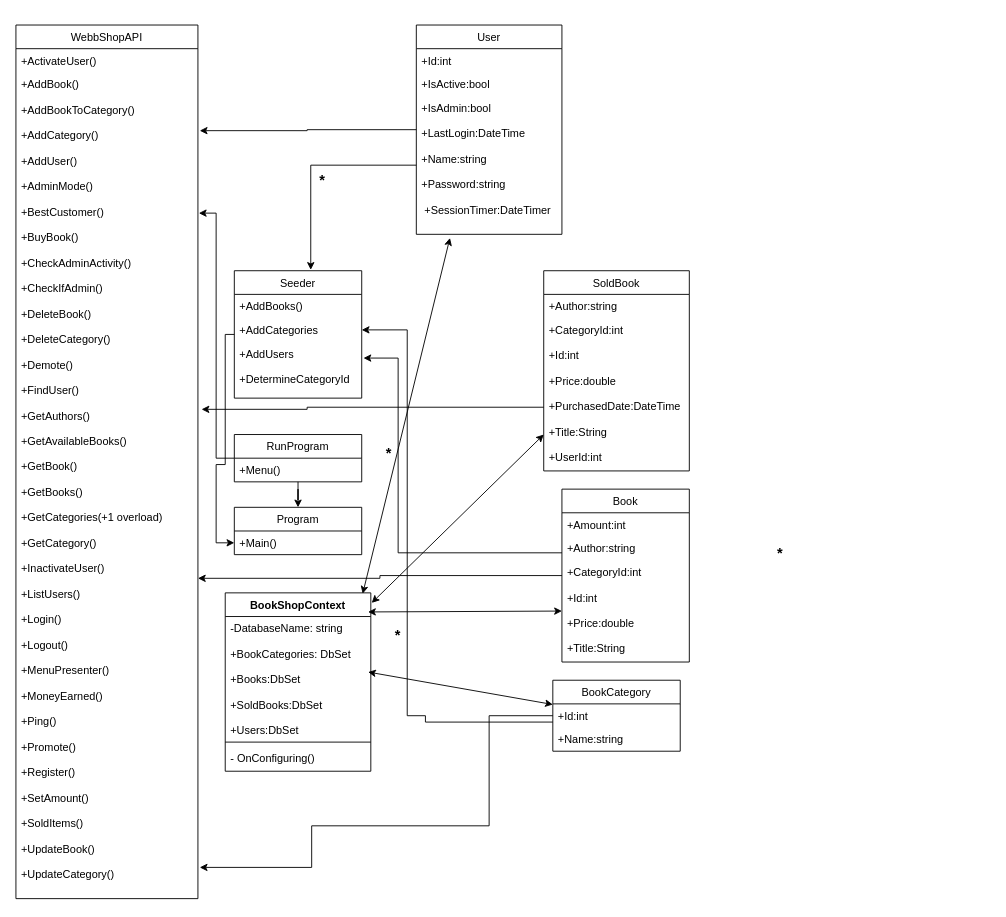
This is Untitled Diagram.drawio from ToveSeger/GitTest, a draw.io file, before an edit. Source tidied: cells renumbered, new cells numbered last; positions are measured from the earlier drawing's top-left corner, leaving out a move shared by most shapes. Both pictures are drawn from the tidied source at 91%, with x=0, y=0 at pixel (15, 25).
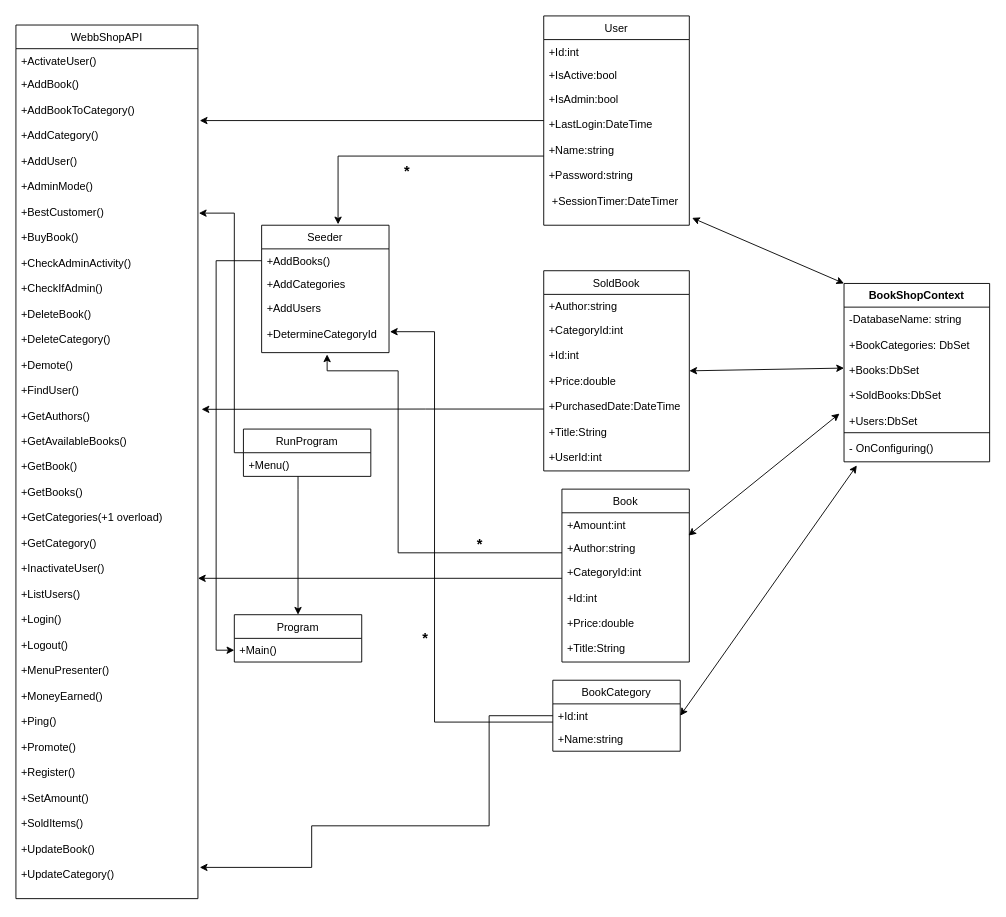
The same diagram, later.

The change refers to these unchanged cells:
```xml
<mxCell id="5" value="+AddBookToCategory()&#10;&#10;+AddCategory()&#10;&#10;+AddUser()&#10;&#10;+AdminMode()&#10;&#10;+BestCustomer()&#10;&#10;+BuyBook()&#10;&#10;+CheckAdminActivity()&#10;&#10;+CheckIfAdmin()&#10;&#10;+DeleteBook()&#10;&#10;+DeleteCategory()&#10;&#10;+Demote()&#10;&#10;+FindUser()&#10;&#10;+GetAuthors()&#10;&#10;+GetAvailableBooks()&#10;&#10;+GetBook()&#10;&#10;+GetBooks()&#10;&#10;+GetCategories(+1 overload)&#10;&#10;+GetCategory()&#10;&#10;+InactivateUser()&#10;&#10;+ListUsers()&#10;&#10;+Login()&#10;&#10;+Logout()&#10;&#10;+MenuPresenter()&#10;&#10;+MoneyEarned()&#10;&#10;+Ping()&#10;&#10;+Promote()&#10;&#10;+Register()&#10;&#10;+SetAmount()&#10;&#10;+SoldItems()&#10;&#10;+UpdateBook()&#10;&#10;+UpdateCategory()&#10;&#10;&#10;&#10;&#10;&#10;&#10;" style="text;strokeColor=none;fillColor=none;align=left;verticalAlign=top;spacingLeft=4;spacingRight=4;overflow=hidden;points=[[0,0.5],[1,0.5]];portConstraint=eastwest;" parent="2" vertex="1">
  <mxGeometry y="80" width="200" height="880" as="geometry" />
</mxCell>
<mxCell id="7" value="-DatabaseName: string&#10;&#10;+BookCategories: DbSet&#10;&#10;+Books:DbSet&#10;&#10;+SoldBooks:DbSet&#10;&#10;+Users:DbSet" style="text;strokeColor=none;fillColor=none;align=left;verticalAlign=top;spacingLeft=4;spacingRight=4;overflow=hidden;points=[[0,0.5],[1,0.5]];portConstraint=eastwest;" parent="6" vertex="1">
  <mxGeometry y="26" width="160" height="134" as="geometry" />
</mxCell>
<mxCell id="9" value="- OnConfiguring()" style="text;strokeColor=none;fillColor=none;align=left;verticalAlign=top;spacingLeft=4;spacingRight=4;overflow=hidden;points=[[0,0.5],[1,0.5]];portConstraint=eastwest;" parent="6" vertex="1">
  <mxGeometry y="168" width="160" height="28" as="geometry" />
</mxCell>
<mxCell id="15" value="+Main()" style="text;strokeColor=none;fillColor=none;align=left;verticalAlign=top;spacingLeft=4;spacingRight=4;overflow=hidden;points=[[0,0.5],[1,0.5]];portConstraint=eastwest;" parent="14" vertex="1">
  <mxGeometry y="26" width="140" height="26" as="geometry" />
</mxCell>
<mxCell id="17" value="SoldBook" style="swimlane;fontStyle=0;horizontal=1;startSize=26;fillColor=none;" parent="1" vertex="1">
  <mxGeometry x="580" y="270" width="160" height="220" as="geometry" />
</mxCell>
<mxCell id="19" value="+CategoryId:int&#10;&#10;+Id:int&#10;&#10;+Price:double&#10;&#10;+PurchasedDate:DateTime&#10;&#10;+Title:String&#10;&#10;+UserId:int" style="text;strokeColor=none;fillColor=none;align=left;verticalAlign=top;spacingLeft=4;spacingRight=4;overflow=hidden;points=[[0,0.5],[1,0.5]];portConstraint=eastwest;" parent="17" vertex="1">
  <mxGeometry y="52" width="160" height="168" as="geometry" />
</mxCell>
<mxCell id="22" value="Book" style="swimlane;fontStyle=0;horizontal=1;startSize=26;fillColor=none;" parent="1" vertex="1">
  <mxGeometry x="600" y="510" width="140" height="190" as="geometry" />
</mxCell>
<mxCell id="24" value="+Author:string&#10;" style="text;strokeColor=none;fillColor=none;align=left;verticalAlign=top;spacingLeft=4;spacingRight=4;overflow=hidden;points=[[0,0.5],[1,0.5]];portConstraint=eastwest;" parent="22" vertex="1">
  <mxGeometry y="52" width="140" height="26" as="geometry" />
</mxCell>
<mxCell id="25" value="+CategoryId:int&#10;&#10;+Id:int&#10;&#10;+Price:double&#10;&#10;+Title:String&#10;" style="text;strokeColor=none;fillColor=none;align=left;verticalAlign=top;spacingLeft=4;spacingRight=4;overflow=hidden;points=[[0,0.5],[1,0.5]];portConstraint=eastwest;" parent="22" vertex="1">
  <mxGeometry y="78" width="140" height="112" as="geometry" />
</mxCell>
<mxCell id="30" value="+IsAdmin:bool&#10;&#10;+LastLogin:DateTime&#10;&#10;+Name:string&#10;&#10;+Password:string&#10;&#10; +SessionTimer:DateTimer" style="text;strokeColor=none;fillColor=none;align=left;verticalAlign=top;spacingLeft=4;spacingRight=4;overflow=hidden;points=[[0,0.5],[1,0.5]];portConstraint=eastwest;" parent="27" vertex="1">
  <mxGeometry y="78" width="160" height="152" as="geometry" />
</mxCell>
<mxCell id="33" value="+AddBooks()" style="text;strokeColor=none;fillColor=none;align=left;verticalAlign=top;spacingLeft=4;spacingRight=4;overflow=hidden;points=[[0,0.5],[1,0.5]];portConstraint=eastwest;" parent="32" vertex="1">
  <mxGeometry y="26" width="140" height="26" as="geometry" />
</mxCell>
<mxCell id="34" value="+AddCategories" style="text;strokeColor=none;fillColor=none;align=left;verticalAlign=top;spacingLeft=4;spacingRight=4;overflow=hidden;points=[[0,0.5],[1,0.5]];portConstraint=eastwest;" parent="32" vertex="1">
  <mxGeometry y="52" width="140" height="26" as="geometry" />
</mxCell>
<mxCell id="35" value="+AddUsers&#10;&#10;+DetermineCategoryId" style="text;strokeColor=none;fillColor=none;align=left;verticalAlign=top;spacingLeft=4;spacingRight=4;overflow=hidden;points=[[0,0.5],[1,0.5]];portConstraint=eastwest;" parent="32" vertex="1">
  <mxGeometry y="78" width="140" height="62" as="geometry" />
</mxCell>
<mxCell id="38" value="BookCategory" style="swimlane;fontStyle=0;horizontal=1;startSize=26;fillColor=none;" parent="1" vertex="1">
  <mxGeometry x="590" y="720" width="140" height="78" as="geometry" />
</mxCell>
<mxCell id="39" value="+Id:int" style="text;strokeColor=none;fillColor=none;align=left;verticalAlign=top;spacingLeft=4;spacingRight=4;overflow=hidden;points=[[0,0.5],[1,0.5]];portConstraint=eastwest;" parent="38" vertex="1">
  <mxGeometry y="26" width="140" height="26" as="geometry" />
</mxCell>
```

Diff of the diagram source:
```diff
@@
     <mxCell id="6" value="BookShopContext" style="swimlane;fontStyle=1;align=center;verticalAlign=top;horizontal=1;startSize=26;" parent="1" vertex="1">
-      <mxGeometry x="230" y="624" width="160" height="196" as="geometry" />
+      <mxGeometry x="910" y="284" width="160" height="196" as="geometry" />
     </mxCell>
@@
     <mxCell id="10" style="edgeStyle=orthogonalEdgeStyle;rounded=0;jettySize=auto;html=1;entryX=1.005;entryY=0.144;entryDx=0;entryDy=0;entryPerimeter=0;" parent="1" edge="1" source="12" target="5">
-      <mxGeometry relative="1" as="geometry" />
+      <mxGeometry relative="1" as="geometry">
+        <Array as="points">
+          <mxPoint x="240" y="470" />
+          <mxPoint x="240" y="207" />
+        </Array>
+      </mxGeometry>
     </mxCell>
     <mxCell id="11" style="edgeStyle=orthogonalEdgeStyle;rounded=0;jettySize=auto;html=1;entryX=0.5;entryY=0;entryDx=0;entryDy=0;fontSize=16;" parent="1" edge="1" source="12" target="14">
-      <mxGeometry relative="1" as="geometry" />
+      <mxGeometry relative="1" as="geometry">
+        <Array as="points">
+          <mxPoint x="310" y="510" />
+          <mxPoint x="310" y="510" />
+        </Array>
+      </mxGeometry>
     </mxCell>
     <mxCell id="12" value="RunProgram" style="swimlane;fontStyle=0;horizontal=1;startSize=26;fillColor=none;" parent="1" vertex="1">
-      <mxGeometry x="240" y="450" width="140" height="52" as="geometry" />
+      <mxGeometry x="250" y="444" width="140" height="52" as="geometry" />
     </mxCell>
@@
     <mxCell id="14" value="Program" style="swimlane;fontStyle=0;horizontal=1;startSize=26;fillColor=none;" parent="1" vertex="1">
-      <mxGeometry x="240" y="530" width="140" height="52" as="geometry" />
+      <mxGeometry x="240" y="648" width="140" height="52" as="geometry" />
     </mxCell>
@@
     <mxCell id="16" style="edgeStyle=orthogonalEdgeStyle;rounded=0;jettySize=auto;html=1;entryX=1.02;entryY=0.389;entryDx=0;entryDy=0;entryPerimeter=0;fontSize=16;" parent="1" edge="1" source="17" target="5">
       <mxGeometry relative="1" as="geometry">
         <Array as="points">
-          <mxPoint x="320" y="420" />
-          <mxPoint x="320" y="422" />
+          <mxPoint x="450" y="422" />
+          <mxPoint x="450" y="422" />
         </Array>
       </mxGeometry>
     </mxCell>
@@
     <mxCell id="20" style="edgeStyle=orthogonalEdgeStyle;rounded=0;jettySize=auto;html=1;entryX=1;entryY=0.6;entryDx=0;entryDy=0;entryPerimeter=0;fontSize=16;" parent="1" edge="1" source="22" target="5">
-      <mxGeometry relative="1" as="geometry" />
+      <mxGeometry relative="1" as="geometry">
+        <Array as="points">
+          <mxPoint x="460" y="608" />
+          <mxPoint x="460" y="608" />
+        </Array>
+      </mxGeometry>
     </mxCell>
-    <mxCell id="21" style="edgeStyle=orthogonalEdgeStyle;rounded=0;jettySize=auto;html=1;entryX=1.014;entryY=0.29;entryDx=0;entryDy=0;entryPerimeter=0;fontSize=16;" parent="1" edge="1" source="22" target="35">
+    <mxCell id="21" style="edgeStyle=orthogonalEdgeStyle;rounded=0;jettySize=auto;html=1;entryX=0.514;entryY=1.032;entryDx=0;entryDy=0;entryPerimeter=0;fontSize=16;" parent="1" edge="1" source="22" target="35">
       <mxGeometry relative="1" as="geometry">
         <Array as="points">
           <mxPoint x="420" y="580" />
-          <mxPoint x="420" y="366" />
+          <mxPoint x="420" y="380" />
+          <mxPoint x="342" y="380" />
         </Array>
       </mxGeometry>
     </mxCell>
@@
-    <mxCell id="26" style="edgeStyle=orthogonalEdgeStyle;rounded=0;jettySize=auto;html=1;entryX=1.01;entryY=0.041;entryDx=0;entryDy=0;entryPerimeter=0;fontSize=16;" parent="1" edge="1" source="27" target="5">
-      <mxGeometry relative="1" as="geometry" />
+    <mxCell id="26" style="edgeStyle=orthogonalEdgeStyle;rounded=0;jettySize=auto;html=1;fontSize=16;" parent="1" edge="1" source="27">
+      <mxGeometry relative="1" as="geometry">
+        <mxPoint x="202" y="105" as="targetPoint" />
+        <Array as="points">
+          <mxPoint x="202" y="105" />
+        </Array>
+      </mxGeometry>
     </mxCell>
     <mxCell id="27" value="User" style="swimlane;fontStyle=0;horizontal=1;startSize=26;fillColor=none;" parent="1" vertex="1">
-      <mxGeometry x="440" width="160" height="230" as="geometry" />
+      <mxGeometry x="580" y="-10" width="160" height="230" as="geometry" />
     </mxCell>
@@
-    <mxCell id="31" style="edgeStyle=orthogonalEdgeStyle;rounded=0;jettySize=auto;html=1;entryX=0;entryY=0.5;entryDx=0;entryDy=0;fontSize=16;" parent="1" edge="1" source="32" target="15">
-      <mxGeometry relative="1" as="geometry">
-        <Array as="points">
-          <mxPoint x="230" y="340" />
-          <mxPoint x="230" y="483" />
-          <mxPoint x="220" y="483" />
-          <mxPoint x="220" y="569" />
-        </Array>
-      </mxGeometry>
-    </mxCell>
     <mxCell id="32" value="Seeder" style="swimlane;fontStyle=0;horizontal=1;startSize=26;fillColor=none;" parent="1" vertex="1">
-      <mxGeometry x="240" y="270" width="140" height="140" as="geometry" />
+      <mxGeometry x="270" y="220" width="140" height="140" as="geometry" />
     </mxCell>
@@
-    <mxCell id="37" style="edgeStyle=orthogonalEdgeStyle;rounded=0;jettySize=auto;html=1;entryX=1;entryY=0.5;entryDx=0;entryDy=0;fontSize=16;exitX=0;exitY=0.769;exitDx=0;exitDy=0;exitPerimeter=0;" parent="1" edge="1" source="39" target="34">
+    <mxCell id="37" style="edgeStyle=orthogonalEdgeStyle;rounded=0;jettySize=auto;html=1;fontSize=16;exitX=0;exitY=0.769;exitDx=0;exitDy=0;exitPerimeter=0;entryX=1.007;entryY=0.629;entryDx=0;entryDy=0;entryPerimeter=0;" parent="1" edge="1" source="39" target="35">
       <mxGeometry relative="1" as="geometry">
         <Array as="points">
-          <mxPoint x="450" y="759" />
-          <mxPoint x="430" y="759" />
-          <mxPoint x="430" y="335" />
+          <mxPoint x="460" y="766" />
+          <mxPoint x="460" y="337" />
         </Array>
       </mxGeometry>
     </mxCell>
@@
     <mxCell id="41" value="*" style="text;html=1;strokeColor=none;fillColor=none;align=center;verticalAlign=middle;whiteSpace=wrap;rounded=0;strokeWidth=3;fontSize=16;fontStyle=1;" parent="1" vertex="1">
-      <mxGeometry x="400" y="460" width="20" height="20" as="geometry" />
+      <mxGeometry x="500" y="560" width="20" height="20" as="geometry" />
     </mxCell>
     <mxCell id="42" value="*" style="text;html=1;align=center;verticalAlign=middle;whiteSpace=wrap;rounded=0;strokeWidth=1;fontSize=16;fontStyle=1;" parent="1" vertex="1">
-      <mxGeometry x="317" y="160" width="40" height="20" as="geometry" />
+      <mxGeometry x="410" y="150" width="40" height="20" as="geometry" />
     </mxCell>
@@
-    <mxCell id="44" value="*" style="text;html=1;strokeColor=none;fillColor=none;align=center;verticalAlign=middle;whiteSpace=wrap;rounded=0;strokeWidth=3;fontSize=16;fontStyle=1;" parent="1" vertex="1">
-      <mxGeometry x="830" y="570" width="20" height="20" as="geometry" />
-    </mxCell>
     <mxCell id="45" value="*" style="text;html=1;strokeColor=none;fillColor=none;align=center;verticalAlign=middle;whiteSpace=wrap;rounded=0;strokeWidth=3;fontSize=16;fontStyle=1;" parent="1" vertex="1">
-      <mxGeometry x="410" y="660" width="20" height="20" as="geometry" />
+      <mxGeometry x="440" y="664" width="20" height="20" as="geometry" />
     </mxCell>
-    <mxCell id="46" style="endArrow=classic;startArrow=classic;html=1;fontSize=16;entryX=0.231;entryY=1.026;entryDx=0;entryDy=0;entryPerimeter=0;exitX=0.944;exitY=0.005;exitDx=0;exitDy=0;exitPerimeter=0;" parent="1" edge="1" source="6" target="30">
+    <mxCell id="46" style="endArrow=classic;startArrow=classic;html=1;fontSize=16;entryX=1.019;entryY=0.947;entryDx=0;entryDy=0;entryPerimeter=0;exitX=0;exitY=0;exitDx=0;exitDy=0;" parent="1" edge="1" source="6" target="30">
       <mxGeometry relative="1" as="geometry" />
     </mxCell>
-    <mxCell id="47" style="endArrow=classic;startArrow=classic;html=1;fontSize=16;entryX=0;entryY=0.762;entryDx=0;entryDy=0;entryPerimeter=0;exitX=0.944;exitY=0.005;exitDx=0;exitDy=0;exitPerimeter=0;" parent="1" edge="1" target="19">
-      <mxGeometry relative="1" as="geometry">
-        <mxPoint x="391" y="635" as="sourcePoint" />
-      </mxGeometry>
-    </mxCell>
-    <mxCell id="48" style="endArrow=classic;startArrow=classic;html=1;fontSize=16;entryX=0;entryY=0.5;entryDx=0;entryDy=0;exitX=0.981;exitY=0.107;exitDx=0;exitDy=0;exitPerimeter=0;" parent="1" edge="1" source="6" target="25">
+    <mxCell id="48" style="endArrow=classic;startArrow=classic;html=1;fontSize=16;entryX=0.993;entryY=-0.038;entryDx=0;entryDy=0;exitX=-0.031;exitY=0.873;exitDx=0;exitDy=0;exitPerimeter=0;entryPerimeter=0;" parent="1" edge="1" source="7" target="24">
       <mxGeometry relative="1" as="geometry" />
     </mxCell>
-    <mxCell id="49" style="endArrow=classic;startArrow=classic;html=1;fontSize=16;exitX=0.981;exitY=0.107;exitDx=0;exitDy=0;exitPerimeter=0;" parent="1" edge="1" target="38">
-      <mxGeometry relative="1" as="geometry">
-        <mxPoint x="387" y="711" as="sourcePoint" />
-      </mxGeometry>
-    </mxCell>
+    <mxCell id="50" style="endArrow=classic;startArrow=classic;html=1;fontSize=16;exitX=1;exitY=0.5;exitDx=0;exitDy=0;entryX=0.088;entryY=1.143;entryDx=0;entryDy=0;entryPerimeter=0;" parent="1" edge="1" source="39" target="9">
+      <mxGeometry relative="1" as="geometry" />
+    </mxCell>
+    <mxCell id="51" style="endArrow=classic;startArrow=classic;html=1;fontSize=16;exitX=0.981;exitY=0.107;exitDx=0;exitDy=0;exitPerimeter=0;entryX=0;entryY=0.5;entryDx=0;entryDy=0;" parent="1" edge="1" target="7">
+      <mxGeometry relative="1" as="geometry">
+        <mxPoint x="740" y="380" as="sourcePoint" />
+      </mxGeometry>
+    </mxCell>
+    <mxCell id="52" style="edgeStyle=orthogonalEdgeStyle;rounded=0;jettySize=auto;html=1;entryX=0;entryY=0.5;entryDx=0;entryDy=0;fontSize=16;" parent="1" edge="1" source="33" target="15">
+      <mxGeometry relative="1" as="geometry" />
+    </mxCell>
```
